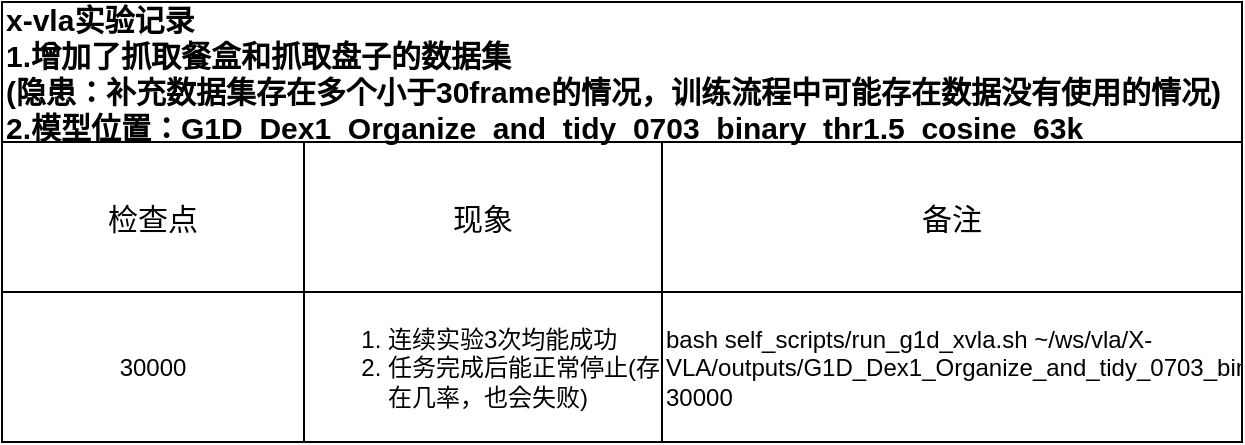
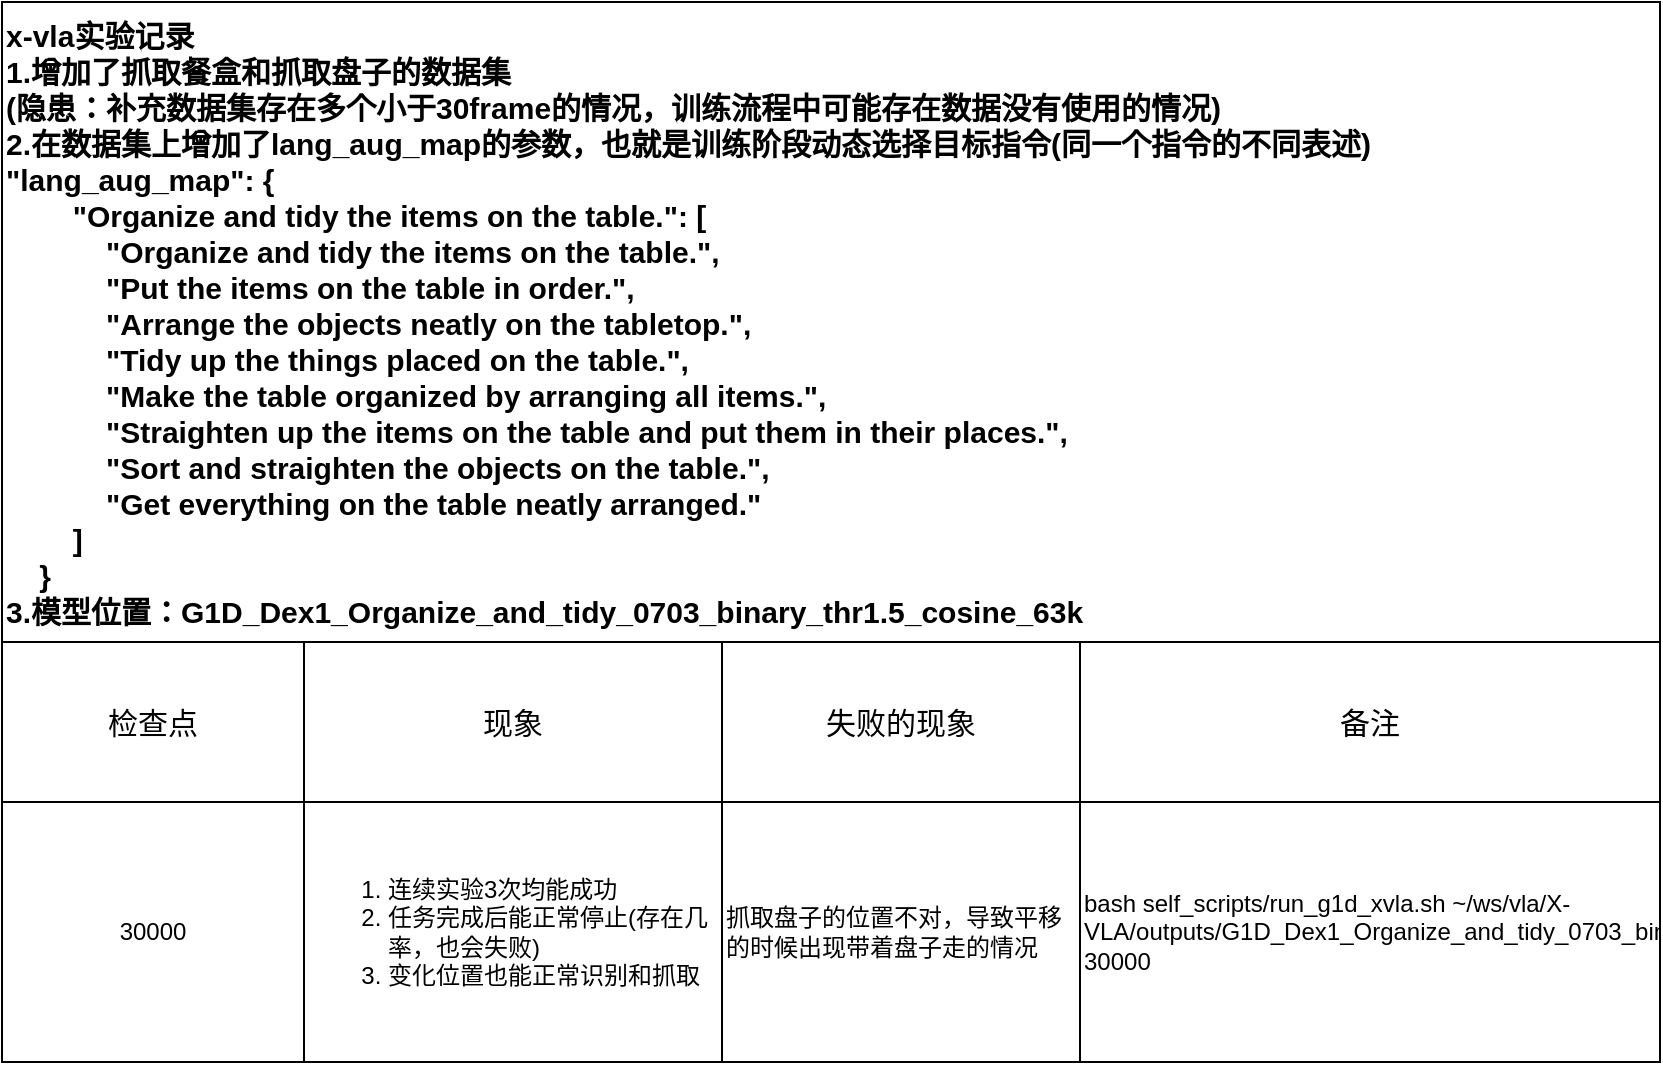
<mxfile host="app.diagrams.net">
  <diagram name="第 1 页" id="bbv3KnApaKkcxtFHJsaO">
    <mxGraphModel dx="1344" dy="764" grid="1" gridSize="10" guides="1" tooltips="1" connect="1" arrows="1" fold="1" page="1" pageScale="1" pageWidth="827" pageHeight="1169" math="0" shadow="0">
      <root>
        <mxCell id="0" />
        <mxCell id="1" parent="0" />
-         <mxCell id="XuZmM4o7l536D6S7MHI1-1" parent="1" style="shape=table;startSize=70;container=1;collapsible=0;childLayout=tableLayout;fixedHeader=1;fontSize=15;fontStyle=1;align=left;fontColor=#000000;" value="x-vla实验记录&#xa;1.增加了抓取餐盒和抓取盘子的数据集&#xa;(隐患：补充数据集存在多个小于30frame的情况，训练流程中可能存在数据没有使用的情况)&#xa;2.模型位置：G1D_Dex1_Organize_and_tidy_0703_binary_thr1.5_cosine_63k" vertex="1">
-           <mxGeometry height="220" width="620" x="60" y="150" as="geometry" />
+         <mxCell id="XuZmM4o7l536D6S7MHI1-1" parent="1" style="shape=table;startSize=320;container=1;collapsible=0;childLayout=tableLayout;fixedHeader=1;fontSize=15;fontStyle=1;align=left;fontColor=#000000;" value="x-vla实验记录&#xa;1.增加了抓取餐盒和抓取盘子的数据集&#xa;(隐患：补充数据集存在多个小于30frame的情况，训练流程中可能存在数据没有使用的情况)&#xa;2.在数据集上增加了lang_aug_map的参数，也就是训练阶段动态选择目标指令(同一个指令的不同表述)&#xa;&quot;lang_aug_map&quot;: {&#xa;        &quot;Organize and tidy the items on the table.&quot;: [&#xa;            &quot;Organize and tidy the items on the table.&quot;,&#xa;            &quot;Put the items on the table in order.&quot;,&#xa;            &quot;Arrange the objects neatly on the tabletop.&quot;,&#xa;            &quot;Tidy up the things placed on the table.&quot;,&#xa;            &quot;Make the table organized by arranging all items.&quot;,&#xa;            &quot;Straighten up the items on the table and put them in their places.&quot;,&#xa;            &quot;Sort and straighten the objects on the table.&quot;,&#xa;            &quot;Get everything on the table neatly arranged.&quot;&#xa;        ]&#xa;    }&#xa;3.模型位置：G1D_Dex1_Organize_and_tidy_0703_binary_thr1.5_cosine_63k" vertex="1">
+           <mxGeometry height="530" width="829" x="60" y="10" as="geometry" />
        </mxCell>
        <mxCell id="XuZmM4o7l536D6S7MHI1-2" parent="XuZmM4o7l536D6S7MHI1-1" style="shape=tableRow;horizontal=0;startSize=0;swimlaneHead=0;swimlaneBody=0;strokeColor=inherit;top=0;left=0;bottom=0;right=0;collapsible=0;dropTarget=0;fillColor=none;points=[[0,0.5],[1,0.5]];portConstraint=eastwest;fixedHeader=1;" value="" vertex="1">
-           <mxGeometry height="75" width="620" y="70" as="geometry" />
+           <mxGeometry height="80" width="829" y="320" as="geometry" />
        </mxCell>
        <mxCell id="XuZmM4o7l536D6S7MHI1-3" parent="XuZmM4o7l536D6S7MHI1-2" style="shape=partialRectangle;html=1;whiteSpace=wrap;connectable=0;strokeColor=inherit;overflow=hidden;fillColor=none;top=0;left=0;bottom=0;right=0;pointerEvents=1;fontSize=15;" value="检查点" vertex="1">
-           <mxGeometry height="75" width="151" as="geometry">
-             <mxRectangle height="75" width="151" as="alternateBounds" />
+           <mxGeometry height="80" width="151" as="geometry">
+             <mxRectangle height="80" width="151" as="alternateBounds" />
          </mxGeometry>
        </mxCell>
        <mxCell id="XuZmM4o7l536D6S7MHI1-5" parent="XuZmM4o7l536D6S7MHI1-2" style="shape=partialRectangle;html=1;whiteSpace=wrap;connectable=0;strokeColor=inherit;overflow=hidden;fillColor=none;top=0;left=0;bottom=0;right=0;pointerEvents=1;fontSize=15;" value="现象" vertex="1">
-           <mxGeometry height="75" width="179" x="151" as="geometry">
-             <mxRectangle height="75" width="179" as="alternateBounds" />
+           <mxGeometry height="80" width="209" x="151" as="geometry">
+             <mxRectangle height="80" width="209" as="alternateBounds" />
+           </mxGeometry>
+         </mxCell>
+         <mxCell id="zlROIRcF11BMMAdgQ0ig-1" parent="XuZmM4o7l536D6S7MHI1-2" style="shape=partialRectangle;html=1;whiteSpace=wrap;connectable=0;strokeColor=inherit;overflow=hidden;fillColor=none;top=0;left=0;bottom=0;right=0;pointerEvents=1;fontSize=15;" value="失败的现象" vertex="1">
+           <mxGeometry height="80" width="179" x="360" as="geometry">
+             <mxRectangle height="80" width="179" as="alternateBounds" />
          </mxGeometry>
        </mxCell>
        <mxCell id="XuZmM4o7l536D6S7MHI1-6" parent="XuZmM4o7l536D6S7MHI1-2" style="shape=partialRectangle;html=1;whiteSpace=wrap;connectable=0;strokeColor=inherit;overflow=hidden;fillColor=none;top=0;left=0;bottom=0;right=0;pointerEvents=1;fontSize=15;" value="备注" vertex="1">
-           <mxGeometry height="75" width="290" x="330" as="geometry">
-             <mxRectangle height="75" width="290" as="alternateBounds" />
+           <mxGeometry height="80" width="290" x="539" as="geometry">
+             <mxRectangle height="80" width="290" as="alternateBounds" />
          </mxGeometry>
        </mxCell>
        <mxCell id="XuZmM4o7l536D6S7MHI1-7" parent="XuZmM4o7l536D6S7MHI1-1" style="shape=tableRow;horizontal=0;startSize=0;swimlaneHead=0;swimlaneBody=0;strokeColor=inherit;top=0;left=0;bottom=0;right=0;collapsible=0;dropTarget=0;fillColor=none;points=[[0,0.5],[1,0.5]];portConstraint=eastwest;fixedHeader=1;" value="" vertex="1">
-           <mxGeometry height="75" width="620" y="145" as="geometry" />
+           <mxGeometry height="130" width="829" y="400" as="geometry" />
        </mxCell>
        <mxCell id="XuZmM4o7l536D6S7MHI1-8" parent="XuZmM4o7l536D6S7MHI1-7" style="shape=partialRectangle;html=1;whiteSpace=wrap;connectable=0;strokeColor=inherit;overflow=hidden;fillColor=none;top=0;left=0;bottom=0;right=0;pointerEvents=1;" value="30000" vertex="1">
-           <mxGeometry height="75" width="151" as="geometry">
-             <mxRectangle height="75" width="151" as="alternateBounds" />
+           <mxGeometry height="130" width="151" as="geometry">
+             <mxRectangle height="130" width="151" as="alternateBounds" />
          </mxGeometry>
        </mxCell>
-         <mxCell id="XuZmM4o7l536D6S7MHI1-10" parent="XuZmM4o7l536D6S7MHI1-7" style="shape=partialRectangle;html=1;whiteSpace=wrap;connectable=0;strokeColor=inherit;overflow=hidden;fillColor=none;top=0;left=0;bottom=0;right=0;pointerEvents=1;align=left;" value="&lt;ol&gt;&lt;li&gt;&lt;span style=&quot;background-color: transparent; color: light-dark(rgb(0, 0, 0), rgb(255, 255, 255));&quot;&gt;连续实验3次均能成功&lt;/span&gt;&lt;/li&gt;&lt;li&gt;&lt;span style=&quot;background-color: transparent; color: light-dark(rgb(0, 0, 0), rgb(255, 255, 255));&quot;&gt;任务完成后能正常停止(存在几率，也会失败)&lt;/span&gt;&lt;/li&gt;&lt;/ol&gt;" vertex="1">
-           <mxGeometry height="75" width="179" x="151" as="geometry">
-             <mxRectangle height="75" width="179" as="alternateBounds" />
+         <mxCell id="XuZmM4o7l536D6S7MHI1-10" parent="XuZmM4o7l536D6S7MHI1-7" style="shape=partialRectangle;html=1;whiteSpace=wrap;connectable=0;strokeColor=inherit;overflow=hidden;fillColor=none;top=0;left=0;bottom=0;right=0;pointerEvents=1;align=left;" value="&lt;ol&gt;&lt;li&gt;&lt;span style=&quot;background-color: transparent; color: light-dark(rgb(0, 0, 0), rgb(255, 255, 255));&quot;&gt;连续实验3次均能成功&lt;/span&gt;&lt;/li&gt;&lt;li&gt;&lt;span style=&quot;background-color: transparent; color: light-dark(rgb(0, 0, 0), rgb(255, 255, 255));&quot;&gt;任务完成后能正常停止(存在几率，也会失败)&lt;/span&gt;&lt;/li&gt;&lt;li&gt;&lt;span style=&quot;background-color: transparent; color: light-dark(rgb(0, 0, 0), rgb(255, 255, 255));&quot;&gt;变化位置也能正常识别和抓取&lt;/span&gt;&lt;/li&gt;&lt;/ol&gt;" vertex="1">
+           <mxGeometry height="130" width="209" x="151" as="geometry">
+             <mxRectangle height="130" width="209" as="alternateBounds" />
+           </mxGeometry>
+         </mxCell>
+         <mxCell id="zlROIRcF11BMMAdgQ0ig-2" parent="XuZmM4o7l536D6S7MHI1-7" style="shape=partialRectangle;html=1;whiteSpace=wrap;connectable=0;strokeColor=inherit;overflow=hidden;fillColor=none;top=0;left=0;bottom=0;right=0;pointerEvents=1;align=left;" value="抓取盘子的位置不对，导致平移的时候出现带着盘子走的情况" vertex="1">
+           <mxGeometry height="130" width="179" x="360" as="geometry">
+             <mxRectangle height="130" width="179" as="alternateBounds" />
          </mxGeometry>
        </mxCell>
        <mxCell id="XuZmM4o7l536D6S7MHI1-11" parent="XuZmM4o7l536D6S7MHI1-7" style="shape=partialRectangle;html=1;whiteSpace=wrap;connectable=0;strokeColor=inherit;overflow=hidden;fillColor=none;top=0;left=0;bottom=0;right=0;pointerEvents=1;align=left;" value="bash self_scripts/run_g1d_xvla.sh ~/ws/vla/X-VLA/outputs/G1D_Dex1_Organize_and_tidy_0703_binary_thr1.5_cosine_63k/ckpt-30000" vertex="1">
-           <mxGeometry height="75" width="290" x="330" as="geometry">
-             <mxRectangle height="75" width="290" as="alternateBounds" />
+           <mxGeometry height="130" width="290" x="539" as="geometry">
+             <mxRectangle height="130" width="290" as="alternateBounds" />
          </mxGeometry>
        </mxCell>
      </root>
    </mxGraphModel>
  </diagram>
</mxfile>
